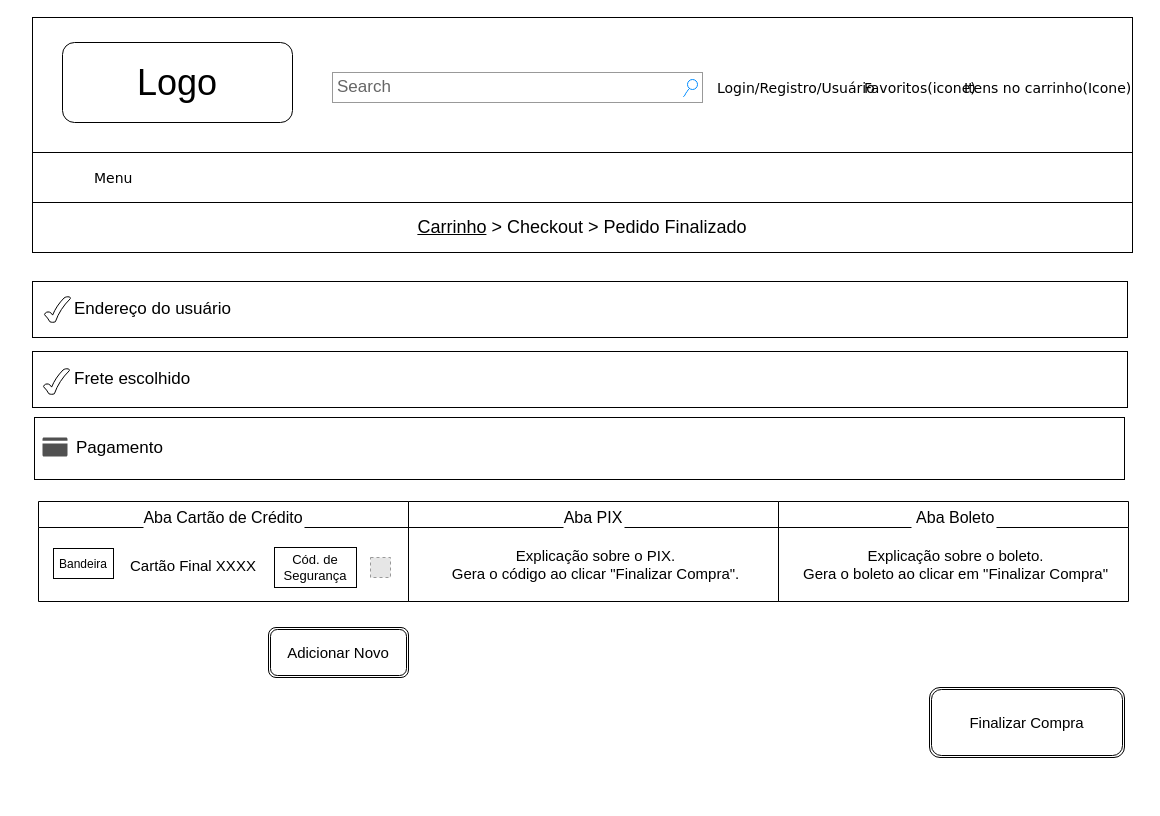
The draw.io diagram page "7.1 Pagamento" (15 of 17) of wireframe.drawio in pdaambrosio/dh_group_5, before the edit. Source tidied: cells renumbered, new cells numbered last; positions are measured from the earlier drawing's top-left corner, leaving out a move shared by most shapes. Both pictures are drawn from the tidied source at 100%, with x=0, y=0 at pixel (32, 17). Pictures stored in the file or linked from it are replaced by grey dashed boxes.
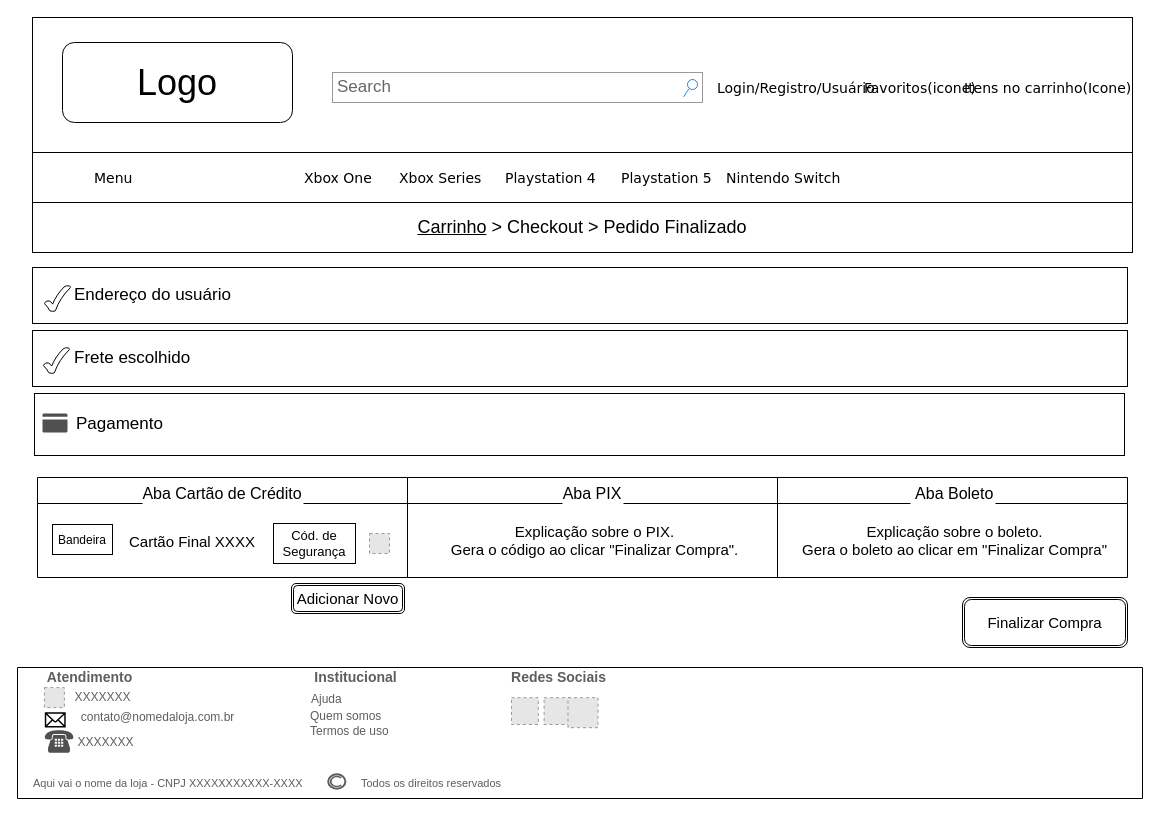
The same diagram, later.

The edit, as a diff of the source:
```diff
@@
     <mxCell id="11" value="&lt;blockquote style=&quot;margin: 0 0 0 40px ; border: none ; padding: 0px&quot;&gt;&lt;font style=&quot;font-size: 17px&quot;&gt;Endereço do usuário&lt;/font&gt;&lt;/blockquote&gt;" style="rounded=0;whiteSpace=wrap;html=1;align=left;" parent="1" vertex="1">
-      <mxGeometry y="264" width="1095" height="56" as="geometry" />
+      <mxGeometry y="250" width="1095" height="56" as="geometry" />
     </mxCell>
     <mxCell id="12" value="&lt;blockquote style=&quot;margin: 0 0 0 40px ; border: none ; padding: 0px&quot;&gt;&lt;font style=&quot;font-size: 17px&quot;&gt;Frete escolhido&lt;/font&gt;&lt;/blockquote&gt;" style="rounded=0;whiteSpace=wrap;html=1;align=left;" parent="1" vertex="1">
-      <mxGeometry y="334" width="1095" height="56" as="geometry" />
+      <mxGeometry y="313" width="1095" height="56" as="geometry" />
     </mxCell>
     <mxCell id="13" value="&lt;blockquote style=&quot;margin: 0 0 0 40px ; border: none ; padding: 0px&quot;&gt;&lt;font style=&quot;font-size: 17px&quot;&gt;Pagamento&lt;/font&gt;&lt;/blockquote&gt;" style="rounded=0;whiteSpace=wrap;html=1;align=left;" parent="1" vertex="1">
-      <mxGeometry x="2" y="400" width="1090" height="62" as="geometry" />
+      <mxGeometry x="2" y="376" width="1090" height="62" as="geometry" />
     </mxCell>
     <mxCell id="14" style="verticalLabelPosition=bottom;verticalAlign=top;html=1;shape=mxgraph.basic.tick;labelBackgroundColor=none;fontSize=15;align=left;" parent="1" vertex="1">
-      <mxGeometry x="11" y="351" width="26" height="26" as="geometry" />
+      <mxGeometry x="11" y="330" width="26" height="26" as="geometry" />
     </mxCell>
     <mxCell id="15" style="verticalLabelPosition=bottom;verticalAlign=top;html=1;shape=mxgraph.basic.tick;labelBackgroundColor=none;fontSize=15;align=left;" parent="1" vertex="1">
-      <mxGeometry x="12" y="279" width="26" height="26" as="geometry" />
+      <mxGeometry x="12" y="268" width="26" height="26" as="geometry" />
     </mxCell>
     <mxCell id="16" value="Aba Cartão de Crédito" style="swimlane;fontStyle=0;align=center;verticalAlign=top;horizontal=1;startSize=26;fontSize=16;labelBackgroundColor=#FFFFFF;" parent="1" vertex="1">
-      <mxGeometry x="6" y="484" width="370" height="100" as="geometry" />
+      <mxGeometry x="5" y="460" width="370" height="100" as="geometry" />
     </mxCell>
@@
     <mxCell id="19" value="Adicionar Novo" style="shape=ext;double=1;rounded=1;whiteSpace=wrap;html=1;labelBackgroundColor=#FFFFFF;fontSize=15;align=center;" parent="1" vertex="1">
-      <mxGeometry x="236" y="610" width="140" height="50" as="geometry" />
+      <mxGeometry x="259" y="566" width="113" height="30" as="geometry" />
     </mxCell>
     <mxCell id="20" value="Aba PIX" style="swimlane;fontStyle=0;align=center;verticalAlign=top;horizontal=1;startSize=26;fontSize=16;labelBackgroundColor=#FFFFFF;" parent="1" vertex="1">
-      <mxGeometry x="376" y="484" width="370" height="100" as="geometry" />
+      <mxGeometry x="375" y="460" width="370" height="100" as="geometry" />
     </mxCell>
@@
     <mxCell id="22" value=" Aba Boleto" style="swimlane;fontStyle=0;align=center;verticalAlign=top;horizontal=1;startSize=26;fontSize=16;labelBackgroundColor=#FFFFFF;" parent="1" vertex="1">
-      <mxGeometry x="746" y="484" width="350" height="100" as="geometry" />
+      <mxGeometry x="745" y="460" width="350" height="100" as="geometry" />
     </mxCell>
@@
     <mxCell id="24" value="Finalizar Compra" style="shape=ext;double=1;rounded=1;whiteSpace=wrap;html=1;labelBackgroundColor=#FFFFFF;fontSize=15;align=center;" parent="1" vertex="1">
-      <mxGeometry x="897" y="670" width="195" height="70" as="geometry" />
+      <mxGeometry x="930" y="580" width="165" height="50" as="geometry" />
     </mxCell>
     <mxCell id="25" style="shadow=0;dashed=0;html=1;strokeColor=none;fillColor=#505050;labelPosition=center;verticalLabelPosition=bottom;verticalAlign=top;align=center;shape=mxgraph.office.concepts.credit_card;labelBackgroundColor=#FFFFFF;fontSize=15;" parent="1" vertex="1">
-      <mxGeometry x="10" y="420" width="25" height="19" as="geometry" />
+      <mxGeometry x="10" y="396" width="25" height="19" as="geometry" />
     </mxCell>
     <mxCell id="26" value="&lt;font style=&quot;font-size: 12px&quot;&gt;Bandeira&lt;/font&gt;" style="whiteSpace=wrap;html=1;labelBackgroundColor=none;fontSize=17;align=center;" parent="1" vertex="1">
-      <mxGeometry x="21" y="531" width="60" height="30" as="geometry" />
+      <mxGeometry x="20" y="507" width="60" height="30" as="geometry" />
     </mxCell>
     <mxCell id="27" value="Cód. de &lt;br&gt;Segurança" style="whiteSpace=wrap;html=1;labelBackgroundColor=none;fontSize=13;align=center;" parent="1" vertex="1">
-      <mxGeometry x="242" y="530" width="82" height="40" as="geometry" />
+      <mxGeometry x="241" y="506" width="82" height="40" as="geometry" />
     </mxCell>
     <mxCell id="28" style="fillColor=#E6E6E6;strokeColor=#999999;dashed=1;html=1;verticalAlign=top;verticalLabelPosition=bottom;labelBackgroundColor=#ffffff;fontSize=15;align=center;" parent="1" vertex="1">
-      <mxGeometry x="338" y="540" width="20" height="20" as="geometry" />
+      <mxGeometry x="337" y="516" width="20" height="20" as="geometry" />
     </mxCell>
+    <mxCell id="29" style="verticalLabelPosition=bottom;verticalAlign=top;html=1;shape=mxgraph.basic.rect;fillColor2=none;strokeWidth=1;size=20;indent=5;" parent="1" vertex="1">
+      <mxGeometry x="-15" y="650" width="1125" height="131" as="geometry" />
+    </mxCell>
+    <mxCell id="30" value="&lt;h1&gt;&lt;font style=&quot;font-weight: normal ; font-size: 12px&quot; color=&quot;#5e5e5e&quot;&gt;Ajuda&lt;/font&gt;&lt;/h1&gt;" style="text;html=1;strokeColor=none;fillColor=none;spacing=5;spacingTop=-20;whiteSpace=wrap;overflow=hidden;rounded=0;" parent="1" vertex="1">
+      <mxGeometry x="274.4" y="657.6" width="62" height="45.3" as="geometry" />
+    </mxCell>
+    <mxCell id="31" value="&lt;h1&gt;&lt;font style=&quot;font-size: 12px ; font-weight: normal&quot; color=&quot;#5e5e5e&quot;&gt;Termos de uso&lt;/font&gt;&lt;/h1&gt;" style="text;html=1;strokeColor=none;fillColor=none;spacing=5;spacingTop=-20;whiteSpace=wrap;overflow=hidden;rounded=0;" parent="1" vertex="1">
+      <mxGeometry x="273.1" y="690.3" width="105.5" height="45.3" as="geometry" />
+    </mxCell>
+    <mxCell id="32" style="verticalLabelPosition=bottom;shadow=0;dashed=0;verticalAlign=top;strokeWidth=2;html=1;shape=mxgraph.mockup.misc.copyrightIcon;strokeColor=#5E5E5E;fontSize=10;" parent="1" vertex="1">
+      <mxGeometry x="295.7" y="756.8" width="17.2" height="14.4" as="geometry" />
+    </mxCell>
+    <mxCell id="33" value="&lt;h1 style=&quot;font-size: 11px;&quot;&gt;&lt;font style=&quot;font-size: 11px; font-weight: normal;&quot; color=&quot;#5e5e5e&quot;&gt;Todos os direitos reservados&amp;nbsp;&lt;/font&gt;&lt;/h1&gt;" style="text;html=1;strokeColor=none;fillColor=none;spacing=5;spacingTop=-20;whiteSpace=wrap;overflow=hidden;rounded=0;strokeWidth=2;fontSize=11;" parent="1" vertex="1">
+      <mxGeometry x="323.6" y="762.8" width="210.5" height="14.1" as="geometry" />
+    </mxCell>
+    <mxCell id="34" value="&lt;h1 style=&quot;font-size: 11px;&quot;&gt;&lt;span style=&quot;font-size: 11px; font-weight: 400;&quot;&gt;&lt;font color=&quot;#5e5e5e&quot; style=&quot;font-size: 11px;&quot;&gt;Aqui vai o nome da loja - CNPJ XXXXXXXXXXX-XXXX&lt;/font&gt;&lt;/span&gt;&lt;/h1&gt;" style="text;html=1;strokeColor=none;fillColor=none;spacing=5;spacingTop=-20;whiteSpace=wrap;overflow=hidden;rounded=0;strokeWidth=2;fontSize=11;" parent="1" vertex="1">
+      <mxGeometry x="-3.8" y="762.8" width="348" height="14.1" as="geometry" />
+    </mxCell>
+    <mxCell id="35" value="&lt;font color=&quot;#5e5e5e&quot; style=&quot;font-size: 14px&quot;&gt;&lt;b&gt;Redes Sociais&lt;/b&gt;&lt;/font&gt;" style="text;html=1;align=center;verticalAlign=middle;" parent="1" vertex="1">
+      <mxGeometry x="470.8" y="650" width="110" height="20" as="geometry" />
+    </mxCell>
+    <mxCell id="36" style="group;" parent="1" vertex="1">
+      <mxGeometry x="479" y="680.2" width="93.4" height="30.2" as="geometry" />
+    </mxCell>
+    <mxCell id="37" style="fillColor=#E6E6E6;strokeColor=#999999;dashed=1;html=1;verticalAlign=top;verticalLabelPosition=bottom;labelBackgroundColor=#ffffff;" parent="36" vertex="1">
+      <mxGeometry width="26.8" height="26.8" as="geometry" />
+    </mxCell>
+    <mxCell id="38" style="fillColor=#E6E6E6;strokeColor=#999999;dashed=1;html=1;verticalAlign=top;verticalLabelPosition=bottom;labelBackgroundColor=#ffffff;" parent="36" vertex="1">
+      <mxGeometry x="32.6" width="26.8" height="26.8" as="geometry" />
+    </mxCell>
+    <mxCell id="39" style="fillColor=#E6E6E6;strokeColor=#999999;dashed=1;html=1;verticalAlign=top;verticalLabelPosition=bottom;labelBackgroundColor=#ffffff;" parent="36" vertex="1">
+      <mxGeometry x="56.5" width="30" height="30" as="geometry" />
+    </mxCell>
+    <mxCell id="40" value="&lt;font color=&quot;#5e5e5e&quot; size=&quot;1&quot;&gt;&lt;b style=&quot;font-size: 14px&quot;&gt;Atendimento&lt;/b&gt;&lt;/font&gt;" style="text;html=1;align=center;verticalAlign=middle;" parent="1" vertex="1">
+      <mxGeometry x="6.8" y="650" width="100" height="20" as="geometry" />
+    </mxCell>
+    <mxCell id="41" style="fillColor=#E6E6E6;strokeColor=#999999;dashed=1;html=1;verticalAlign=top;verticalLabelPosition=bottom;labelBackgroundColor=#ffffff;" parent="1" vertex="1">
+      <mxGeometry x="11.9" y="670.1" width="20" height="20" as="geometry" />
+    </mxCell>
+    <mxCell id="42" value="&lt;font color=&quot;#5e5e5e&quot;&gt;XXXXXXX&lt;/font&gt;" style="text;html=1;align=center;verticalAlign=middle;" parent="1" vertex="1">
+      <mxGeometry x="35.3" y="670.1" width="70" height="20" as="geometry" />
+    </mxCell>
+    <mxCell id="43" style="shape=mxgraph.signs.tech.mail;html=1;fillColor=#000000;strokeColor=none;verticalLabelPosition=bottom;verticalAlign=top;align=center;" parent="1" vertex="1">
+      <mxGeometry x="12.3" y="694.8" width="20.9" height="15.1" as="geometry" />
+    </mxCell>
+    <mxCell id="44" value="&lt;font color=&quot;#5e5e5e&quot;&gt;contato@nomedaloja.com.br&lt;br&gt;&lt;/font&gt;" style="text;html=1;align=center;verticalAlign=middle;" parent="1" vertex="1">
+      <mxGeometry x="39.7" y="690.3" width="170" height="20" as="geometry" />
+    </mxCell>
+    <mxCell id="45" value="&lt;font color=&quot;#5e5e5e&quot; size=&quot;1&quot;&gt;&lt;b style=&quot;font-size: 14px&quot;&gt;Institucional&lt;br&gt;&lt;/b&gt;&lt;/font&gt;" style="text;html=1;align=center;verticalAlign=middle;" parent="1" vertex="1">
+      <mxGeometry x="273.1" y="650" width="100" height="20" as="geometry" />
+    </mxCell>
+    <mxCell id="46" value="&lt;h1&gt;&lt;font style=&quot;font-size: 12px ; font-weight: normal&quot; color=&quot;#5e5e5e&quot;&gt;Quem somos&lt;/font&gt;&lt;/h1&gt;&lt;div&gt;&lt;font style=&quot;font-size: 12px ; font-weight: normal&quot; color=&quot;#5e5e5e&quot;&gt;&lt;br&gt;&lt;/font&gt;&lt;/div&gt;" style="text;html=1;strokeColor=none;fillColor=none;spacing=5;spacingTop=-20;whiteSpace=wrap;overflow=hidden;rounded=0;" parent="1" vertex="1">
+      <mxGeometry x="273.1" y="674.7" width="105.5" height="42.3" as="geometry" />
+    </mxCell>
+    <mxCell id="47" style="shadow=0;dashed=0;html=1;strokeColor=none;fillColor=#505050;labelPosition=center;verticalLabelPosition=bottom;verticalAlign=top;align=center;shape=mxgraph.office.devices.phone_traditional;fontSize=11;" parent="1" vertex="1">
+      <mxGeometry x="12.3" y="712.5" width="28.5" height="22.7" as="geometry" />
+    </mxCell>
+    <mxCell id="48" value="&lt;font color=&quot;#5e5e5e&quot;&gt;XXXXXXX&lt;/font&gt;" style="text;html=1;align=center;verticalAlign=middle;" parent="1" vertex="1">
+      <mxGeometry x="38.4" y="715" width="70" height="20" as="geometry" />
+    </mxCell>
+    <mxCell id="49" value="Xbox One" style="text;html=1;align=left;verticalAlign=top;spacingTop=-4;fontSize=14;fontFamily=Verdana;" parent="1" vertex="1">
+      <mxGeometry x="270.4" y="150.1" width="63.3" height="20.1" as="geometry" />
+    </mxCell>
+    <mxCell id="50" value="Playstation 4" style="text;html=1;align=left;verticalAlign=top;spacingTop=-4;fontSize=14;fontFamily=Verdana;" parent="1" vertex="1">
+      <mxGeometry x="470.8" y="150.1" width="63.3" height="20.1" as="geometry" />
+    </mxCell>
+    <mxCell id="51" value="Nintendo Switch" style="text;html=1;align=left;verticalAlign=top;spacingTop=-4;fontSize=14;fontFamily=Verdana;" parent="1" vertex="1">
+      <mxGeometry x="692.2" y="150.1" width="63.3" height="20.1" as="geometry" />
+    </mxCell>
+    <mxCell id="52" value="Xbox Series" style="text;html=1;align=left;verticalAlign=top;spacingTop=-4;fontSize=14;fontFamily=Verdana;" parent="1" vertex="1">
+      <mxGeometry x="365.3" y="150.1" width="63.3" height="20.1" as="geometry" />
+    </mxCell>
+    <mxCell id="53" value="Playstation 5" style="text;html=1;align=left;verticalAlign=top;spacingTop=-4;fontSize=14;fontFamily=Verdana;" parent="1" vertex="1">
+      <mxGeometry x="586.8" y="150.1" width="63.3" height="20.1" as="geometry" />
+    </mxCell>
```
